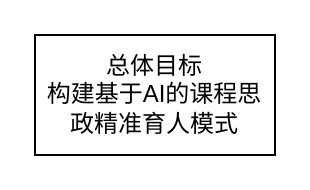
This is 未命名绘图.drawio from handsome-tony/picture, a draw.io file, before an edit. Source tidied: cells renumbered, new cells numbered last; positions are measured from the earlier drawing's top-left corner, leaving out a move shared by most shapes. Both pictures are drawn from the tidied source at 200%, with x=0, y=0 at pixel (34, 34).
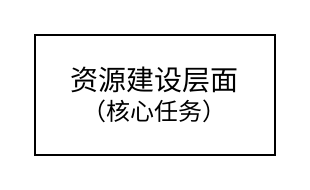
After the change.

Commit message:
项目总体框架图.drawio

Change to the diagram source:
```diff
@@
 <mxGraphModel>
   <root>
     <mxCell id="0" />
     <mxCell id="1" parent="0" />
-    <mxCell id="2" value="总体目标&lt;div&gt;构建基于AI的课程思政精准育人模式&lt;/div&gt;" style="rounded=0;whiteSpace=wrap;html=1;" parent="1" vertex="1">
+    <mxCell id="2" value="&lt;font style=&quot;font-size: 14px;&quot;&gt;资源建设层面&lt;/font&gt;&lt;br&gt;&lt;div&gt;（核心任务）&lt;/div&gt;" style="rounded=0;whiteSpace=wrap;html=1;" parent="1" vertex="1">
       <mxGeometry width="120" height="60" as="geometry" />
     </mxCell>
   </root>
 </mxGraphModel>
```
